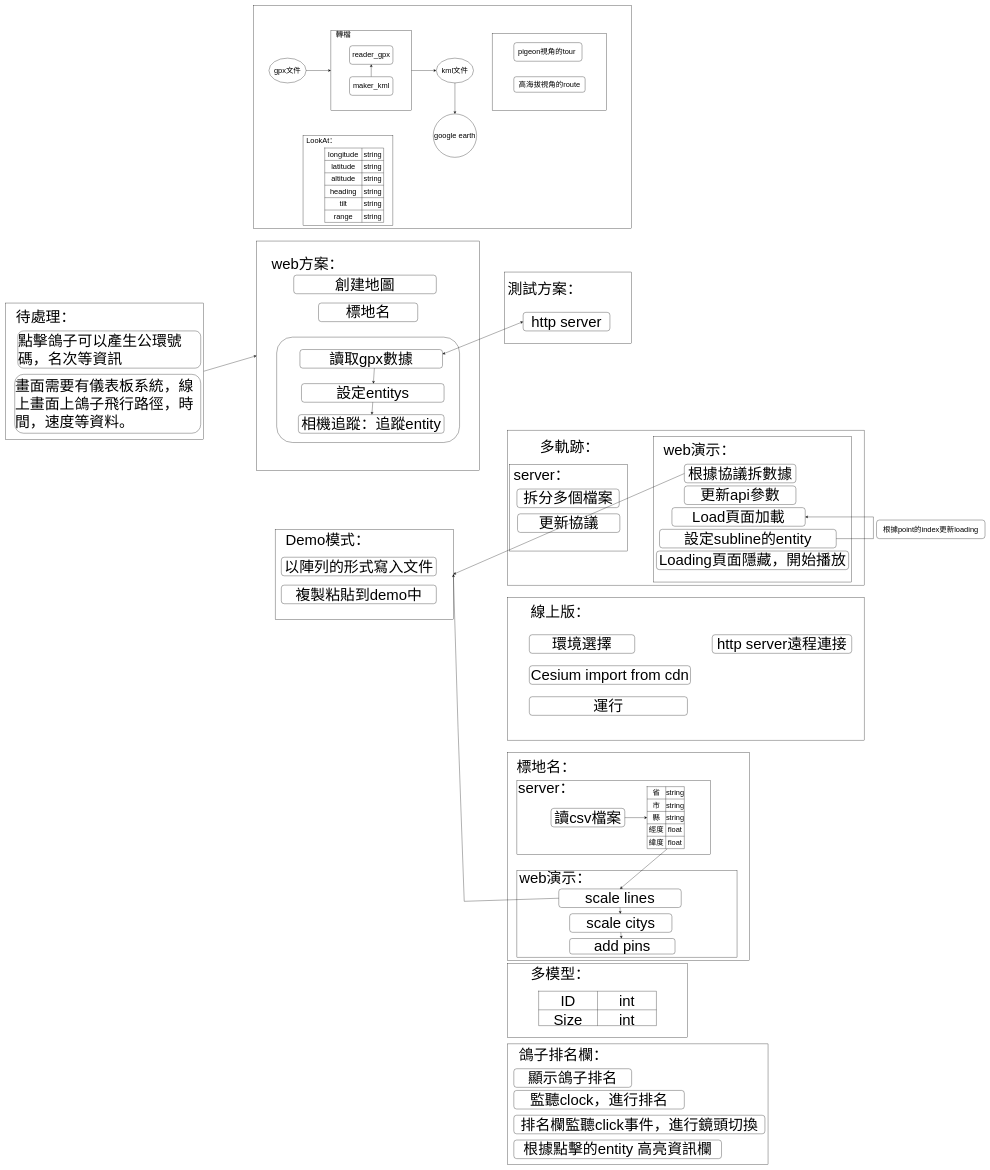
pengzhen80/PigeonRace keeps this draw.io diagram as 3d展示.drawio. Above is the earlier version. Source tidied: cells renumbered, new cells numbered last; positions are measured from the earlier drawing's top-left corner, leaving out a move shared by most shapes. Both pictures are drawn from the tidied source at 31%, with x=0, y=0 at pixel (5, 5).
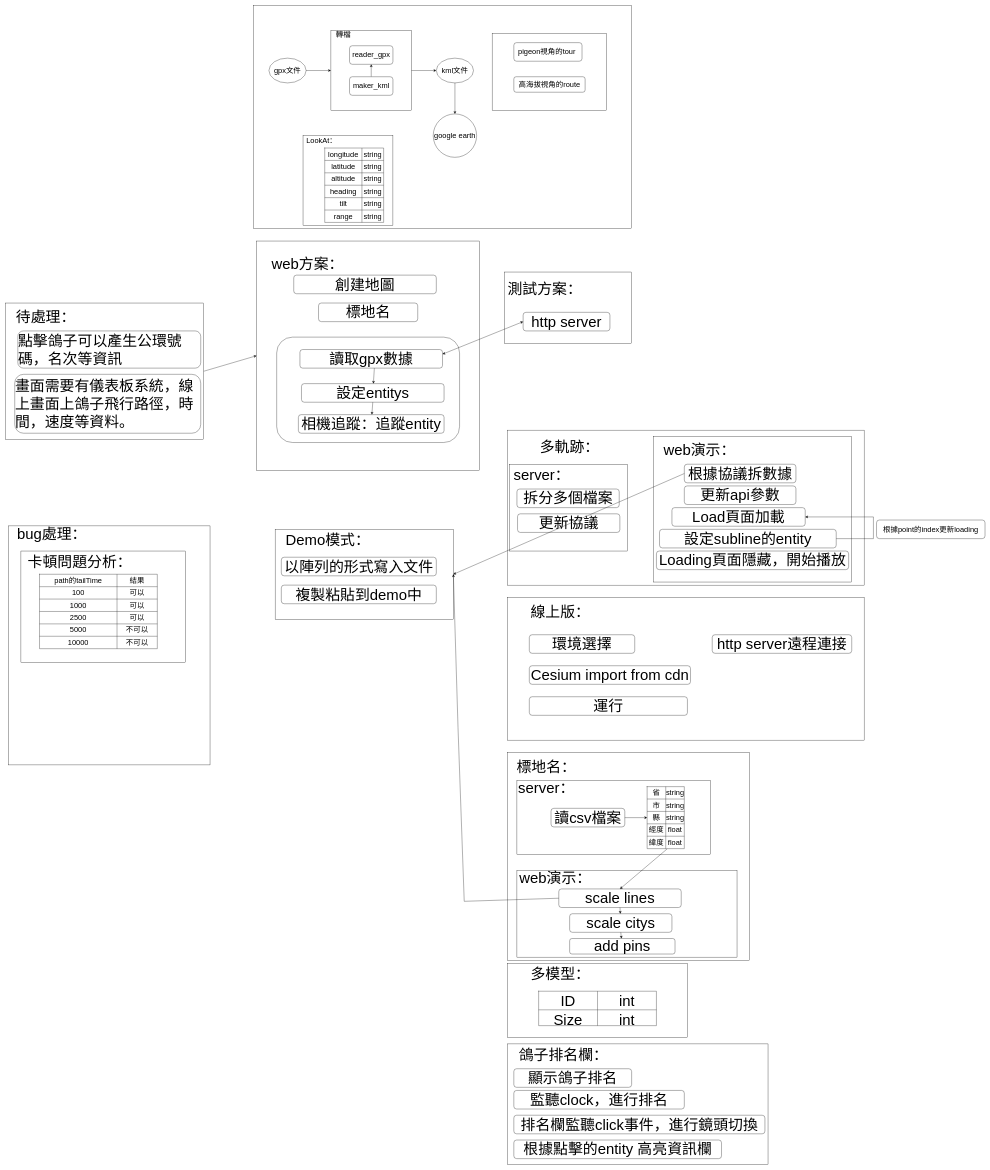
Above is the later version.

Commit message:
Update 3d展示 卡頓問題分析.drawio

The edit, as a diff of the source:
```diff
@@
+    <mxCell id="129" style="rounded=0;whiteSpace=wrap;html=1;" parent="1" vertex="1">
+      <mxGeometry x="10" y="1679" width="650" height="771" as="geometry" />
+    </mxCell>
+    <mxCell id="130" value="&lt;font style=&quot;font-size: 48px&quot;&gt;bug處理：&lt;/font&gt;" style="text;html=1;strokeColor=none;fillColor=none;align=center;verticalAlign=middle;whiteSpace=wrap;rounded=0;" parent="1" vertex="1">
+      <mxGeometry x="20" y="1690" width="260" height="30" as="geometry" />
+    </mxCell>
+    <mxCell id="131" style="rounded=0;whiteSpace=wrap;html=1;fontSize=48;" parent="1" vertex="1">
+      <mxGeometry x="50" y="1760" width="530" height="360" as="geometry" />
+    </mxCell>
+    <mxCell id="132" value="卡頓問題分析：" style="text;html=1;strokeColor=none;fillColor=none;align=center;verticalAlign=middle;whiteSpace=wrap;rounded=0;fontSize=48;" parent="1" vertex="1">
+      <mxGeometry x="70" y="1780" width="340" height="30" as="geometry" />
+    </mxCell>
+    <mxCell id="133" style="shape=table;startSize=0;childLayout=tableLayout;fontSize=24;" parent="1" vertex="1">
+      <mxGeometry x="110" y="1835" width="380" height="240" as="geometry" />
+    </mxCell>
+    <mxCell id="134" style="shape=tableRow;horizontal=0;startSize=0;swimlaneHead=0;swimlaneBody=0;top=0;left=0;bottom=0;right=0;fillColor=none;fontSize=24;" parent="133" vertex="1">
+      <mxGeometry width="380" height="40" as="geometry" />
+    </mxCell>
+    <mxCell id="135" value="path的tailTime" style="shape=partialRectangle;html=1;whiteSpace=wrap;overflow=hidden;fillColor=none;top=0;left=0;bottom=0;right=0;fontSize=24;" parent="134" vertex="1">
+      <mxGeometry width="250" height="40" as="geometry" />
+    </mxCell>
+    <mxCell id="136" value="結果" style="shape=partialRectangle;html=1;whiteSpace=wrap;overflow=hidden;fillColor=none;top=0;left=0;bottom=0;right=0;fontSize=24;" parent="134" vertex="1">
+      <mxGeometry x="250" width="130" height="40" as="geometry" />
+    </mxCell>
+    <mxCell id="137" style="shape=tableRow;horizontal=0;startSize=0;swimlaneHead=0;swimlaneBody=0;top=0;left=0;bottom=0;right=0;fillColor=none;fontSize=24;" parent="133" vertex="1">
+      <mxGeometry y="40" width="380" height="40" as="geometry" />
+    </mxCell>
+    <mxCell id="138" value="100" style="shape=partialRectangle;html=1;whiteSpace=wrap;overflow=hidden;fillColor=none;top=0;left=0;bottom=0;right=0;fontSize=24;" parent="137" vertex="1">
+      <mxGeometry width="250" height="40" as="geometry" />
+    </mxCell>
+    <mxCell id="139" value="可以" style="shape=partialRectangle;html=1;whiteSpace=wrap;overflow=hidden;fillColor=none;top=0;left=0;bottom=0;right=0;fontSize=24;" parent="137" vertex="1">
+      <mxGeometry x="250" width="130" height="40" as="geometry" />
+    </mxCell>
+    <mxCell id="140" style="shape=tableRow;horizontal=0;startSize=0;swimlaneHead=0;swimlaneBody=0;top=0;left=0;bottom=0;right=0;fillColor=none;fontSize=24;" parent="133" vertex="1">
+      <mxGeometry y="80" width="380" height="40" as="geometry" />
+    </mxCell>
+    <mxCell id="141" value="&lt;span style=&quot;color: rgb(0 , 0 , 0) ; font-family: &amp;#34;helvetica&amp;#34; ; font-size: 24px ; font-style: normal ; font-weight: 400 ; letter-spacing: normal ; text-align: center ; text-indent: 0px ; text-transform: none ; word-spacing: 0px ; background-color: rgb(248 , 249 , 250) ; display: inline ; float: none&quot;&gt;1000&lt;/span&gt;" style="shape=partialRectangle;html=1;whiteSpace=wrap;overflow=hidden;fillColor=none;top=0;left=0;bottom=0;right=0;fontSize=24;" parent="140" vertex="1">
+      <mxGeometry width="250" height="40" as="geometry" />
+    </mxCell>
+    <mxCell id="142" value="&lt;span&gt;可以&lt;/span&gt;" style="shape=partialRectangle;html=1;whiteSpace=wrap;overflow=hidden;fillColor=none;top=0;left=0;bottom=0;right=0;fontSize=24;" parent="140" vertex="1">
+      <mxGeometry x="250" width="130" height="40" as="geometry" />
+    </mxCell>
+    <mxCell id="143" style="shape=tableRow;horizontal=0;startSize=0;swimlaneHead=0;swimlaneBody=0;top=0;left=0;bottom=0;right=0;fillColor=none;fontSize=24;" parent="133" vertex="1">
+      <mxGeometry y="120" width="380" height="40" as="geometry" />
+    </mxCell>
+    <mxCell id="144" value="2500" style="shape=partialRectangle;html=1;whiteSpace=wrap;overflow=hidden;fillColor=none;top=0;left=0;bottom=0;right=0;fontSize=24;" parent="143" vertex="1">
+      <mxGeometry width="250" height="40" as="geometry" />
+    </mxCell>
+    <mxCell id="145" value="&lt;span&gt;可以&lt;/span&gt;" style="shape=partialRectangle;html=1;whiteSpace=wrap;overflow=hidden;fillColor=none;top=0;left=0;bottom=0;right=0;fontSize=24;" parent="143" vertex="1">
+      <mxGeometry x="250" width="130" height="40" as="geometry" />
+    </mxCell>
+    <mxCell id="146" style="shape=tableRow;horizontal=0;startSize=0;swimlaneHead=0;swimlaneBody=0;top=0;left=0;bottom=0;right=0;fillColor=none;fontSize=24;" parent="133" vertex="1">
+      <mxGeometry y="160" width="380" height="40" as="geometry" />
+    </mxCell>
+    <mxCell id="147" value="5000" style="shape=partialRectangle;html=1;whiteSpace=wrap;overflow=hidden;fillColor=none;top=0;left=0;bottom=0;right=0;fontSize=24;" parent="146" vertex="1">
+      <mxGeometry width="250" height="40" as="geometry" />
+    </mxCell>
+    <mxCell id="148" value="不可以" style="shape=partialRectangle;html=1;whiteSpace=wrap;overflow=hidden;fillColor=none;top=0;left=0;bottom=0;right=0;fontSize=24;" parent="146" vertex="1">
+      <mxGeometry x="250" width="130" height="40" as="geometry" />
+    </mxCell>
+    <mxCell id="149" style="shape=tableRow;horizontal=0;startSize=0;swimlaneHead=0;swimlaneBody=0;top=0;left=0;bottom=0;right=0;fillColor=none;fontSize=24;" parent="133" vertex="1">
+      <mxGeometry y="200" width="380" height="40" as="geometry" />
+    </mxCell>
+    <mxCell id="150" value="10000" style="shape=partialRectangle;html=1;whiteSpace=wrap;overflow=hidden;fillColor=none;top=0;left=0;bottom=0;right=0;fontSize=24;" parent="149" vertex="1">
+      <mxGeometry width="250" height="40" as="geometry" />
+    </mxCell>
+    <mxCell id="151" value="&lt;span&gt;不可以&lt;/span&gt;" style="shape=partialRectangle;html=1;whiteSpace=wrap;overflow=hidden;fillColor=none;top=0;left=0;bottom=0;right=0;fontSize=24;" parent="149" vertex="1">
+      <mxGeometry x="250" width="130" height="40" as="geometry" />
+    </mxCell>
```
